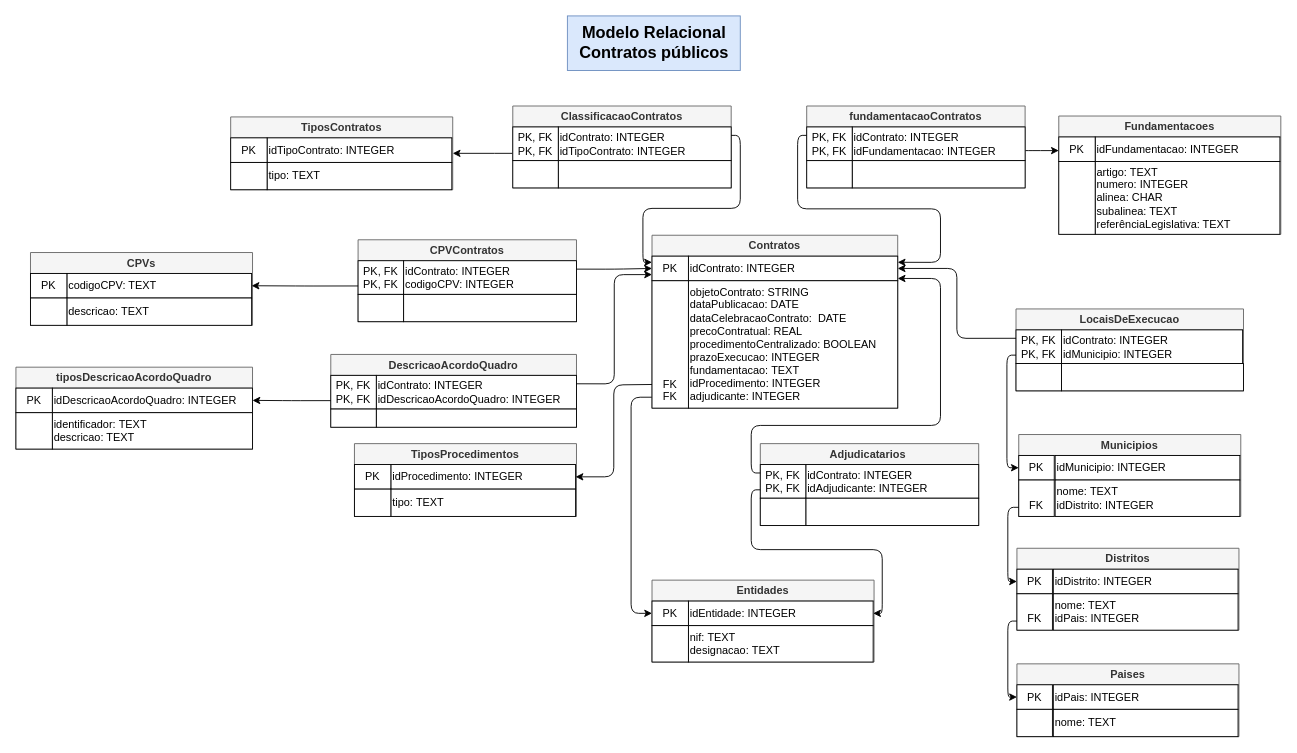
The draw.io diagram modelagem/modelo-relacional.drawio in bzabot/public-contracts-db, before the edit. Source tidied: cells renumbered, new cells numbered last; positions are measured from the earlier drawing's top-left corner, leaving out a move shared by most shapes. Both pictures are drawn from the tidied source at 91%, with x=0, y=0 at pixel (15, 15).
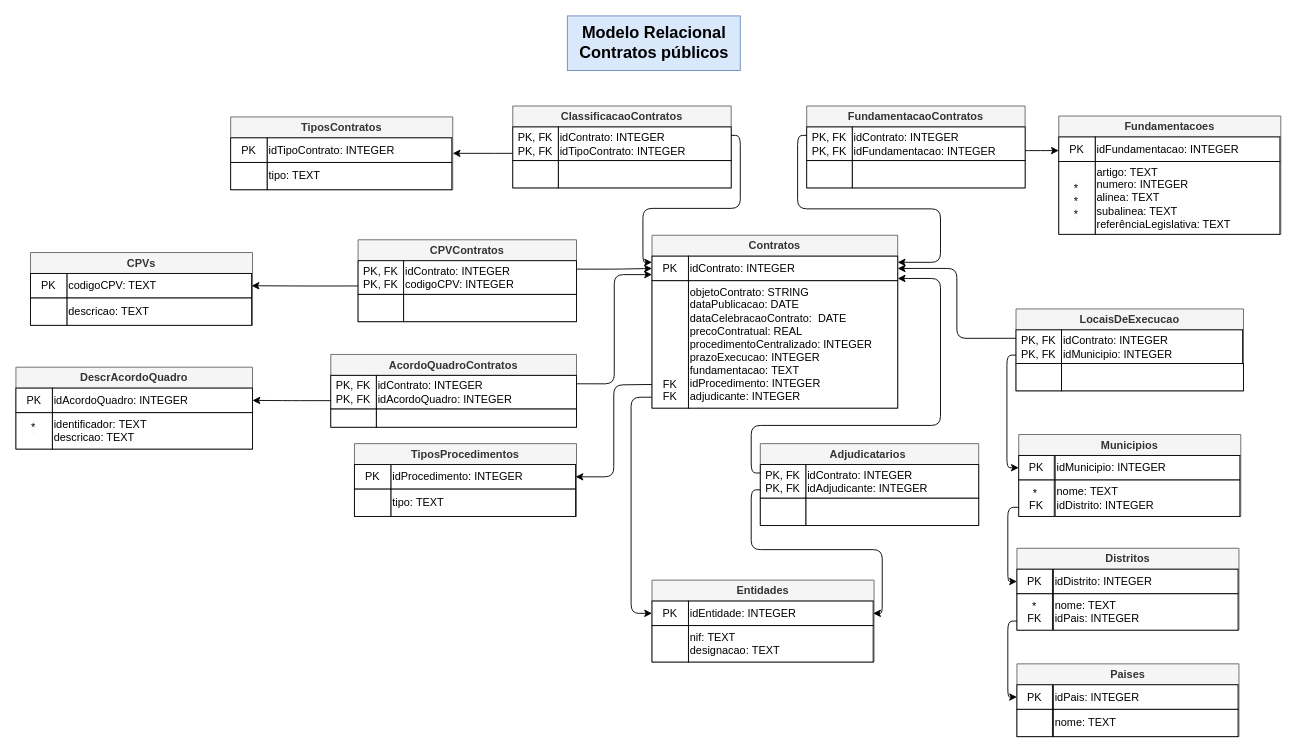
Above is the later version.

The change refers to these unchanged cells:
```xml
<mxCell id="3" value="Contratos" style="swimlane;whiteSpace=wrap;html=1;fillColor=#f5f5f5;fontColor=#333333;strokeColor=#666666;" parent="1" vertex="1">
  <mxGeometry x="699" y="241" width="270" height="190" as="geometry" />
</mxCell>
<mxCell id="24" value="Municipios" style="swimlane;whiteSpace=wrap;html=1;fillColor=#f5f5f5;fontColor=#333333;strokeColor=#666666;" parent="1" vertex="1">
  <mxGeometry x="1102" y="460" width="244" height="90" as="geometry" />
</mxCell>
<mxCell id="34" value="Distritos" style="swimlane;whiteSpace=wrap;html=1;fillColor=#f5f5f5;fontColor=#333333;strokeColor=#666666;" parent="1" vertex="1">
  <mxGeometry x="1100" y="585" width="244" height="90" as="geometry" />
</mxCell>
<mxCell id="93" value="Fundamentacoes" style="swimlane;whiteSpace=wrap;html=1;fillColor=#f5f5f5;fontColor=#333333;strokeColor=#666666;" parent="1" vertex="1">
  <mxGeometry x="1146" y="110" width="244" height="130" as="geometry" />
</mxCell>
```

The edit, as a diff of the source:
```diff
@@
-    <mxCell id="6" value="&lt;div style=&quot;text-align: justify;&quot;&gt;&lt;span style=&quot;background-color: initial;&quot;&gt;objetoContrato: STRING&lt;/span&gt;&lt;/div&gt;&lt;div style=&quot;text-align: justify;&quot;&gt;dataPublicacao: DATE&lt;/div&gt;&lt;div style=&quot;text-align: justify;&quot;&gt;dataCelebracaoContrato:&amp;nbsp;&amp;nbsp;&lt;span style=&quot;background-color: initial;&quot;&gt;DATE&lt;/span&gt;&lt;/div&gt;&lt;div style=&quot;text-align: justify;&quot;&gt;precoContratual: REAL&lt;/div&gt;&lt;div style=&quot;text-align: justify;&quot;&gt;procedimentoCentralizado: BOOLEAN&lt;/div&gt;&lt;div style=&quot;text-align: justify;&quot;&gt;&lt;span style=&quot;text-align: left;&quot;&gt;prazoExecucao:&amp;nbsp;&lt;/span&gt;&lt;span style=&quot;background-color: initial; text-align: left;&quot;&gt;INTEGER&lt;/span&gt;&lt;/div&gt;&lt;div style=&quot;text-align: justify;&quot;&gt;&lt;span style=&quot;text-align: left;&quot;&gt;fundamentacao&lt;/span&gt;&lt;span style=&quot;background-color: initial;&quot;&gt;:&amp;nbsp;&lt;/span&gt;&lt;span style=&quot;background-color: initial; text-align: left;&quot;&gt;TEXT&lt;/span&gt;&lt;/div&gt;&lt;div style=&quot;text-align: justify;&quot;&gt;&lt;span style=&quot;text-align: left;&quot;&gt;idProcedimento&lt;/span&gt;&lt;span style=&quot;border-color: var(--border-color); background-color: initial;&quot;&gt;:&amp;nbsp;&lt;/span&gt;&lt;span style=&quot;border-color: var(--border-color); text-align: left; background-color: initial;&quot;&gt;INTEGER&lt;/span&gt;&lt;span style=&quot;background-color: initial; text-align: left;&quot;&gt;&lt;br&gt;&lt;/span&gt;&lt;/div&gt;&lt;div style=&quot;text-align: left;&quot;&gt;adjudicante:&amp;nbsp;&lt;span style=&quot;background-color: initial;&quot;&gt;INTEGER&lt;/span&gt;&lt;/div&gt;" style="whiteSpace=wrap;html=1;align=left;" parent="3" vertex="1">
+    <mxCell id="6" value="&lt;div style=&quot;text-align: justify;&quot;&gt;&lt;span style=&quot;background-color: initial;&quot;&gt;objetoContrato: STRING&lt;/span&gt;&lt;/div&gt;&lt;div style=&quot;text-align: justify;&quot;&gt;dataPublicacao: DATE&lt;/div&gt;&lt;div style=&quot;text-align: justify;&quot;&gt;dataCelebracaoContrato:&amp;nbsp;&amp;nbsp;&lt;span style=&quot;background-color: initial;&quot;&gt;DATE&lt;/span&gt;&lt;/div&gt;&lt;div style=&quot;text-align: justify;&quot;&gt;precoContratual: REAL&lt;/div&gt;&lt;div style=&quot;text-align: justify;&quot;&gt;procedimentoCentralizado: INTEGER&lt;/div&gt;&lt;div style=&quot;text-align: justify;&quot;&gt;&lt;span style=&quot;text-align: left;&quot;&gt;prazoExecucao:&amp;nbsp;&lt;/span&gt;&lt;span style=&quot;background-color: initial; text-align: left;&quot;&gt;INTEGER&lt;/span&gt;&lt;/div&gt;&lt;div style=&quot;text-align: justify;&quot;&gt;&lt;span style=&quot;text-align: left;&quot;&gt;fundamentacao&lt;/span&gt;&lt;span style=&quot;background-color: initial;&quot;&gt;:&amp;nbsp;&lt;/span&gt;&lt;span style=&quot;background-color: initial; text-align: left;&quot;&gt;TEXT&lt;/span&gt;&lt;/div&gt;&lt;div style=&quot;text-align: justify;&quot;&gt;&lt;span style=&quot;text-align: left;&quot;&gt;idProcedimento&lt;/span&gt;&lt;span style=&quot;border-color: var(--border-color); background-color: initial;&quot;&gt;:&amp;nbsp;&lt;/span&gt;&lt;span style=&quot;border-color: var(--border-color); text-align: left; background-color: initial;&quot;&gt;INTEGER&lt;/span&gt;&lt;span style=&quot;background-color: initial; text-align: left;&quot;&gt;&lt;br&gt;&lt;/span&gt;&lt;/div&gt;&lt;div style=&quot;text-align: left;&quot;&gt;adjudicante:&amp;nbsp;&lt;span style=&quot;background-color: initial;&quot;&gt;INTEGER&lt;/span&gt;&lt;/div&gt;" style="whiteSpace=wrap;html=1;align=left;" parent="3" vertex="1">
       <mxGeometry x="40" y="50" width="230" height="140" as="geometry" />
     </mxCell>
@@
+    <mxCell id="99" value="&lt;span style=&quot;color: rgb(0, 0, 0); font-family: Helvetica; font-size: 12px; font-style: normal; font-variant-ligatures: normal; font-variant-caps: normal; font-weight: 400; letter-spacing: normal; orphans: 2; text-align: left; text-indent: 0px; text-transform: none; widows: 2; word-spacing: 0px; -webkit-text-stroke-width: 0px; background-color: rgb(251, 251, 251); text-decoration-thickness: initial; text-decoration-style: initial; text-decoration-color: initial; float: none; display: inline !important;&quot;&gt;*&lt;/span&gt;" style="text;whiteSpace=wrap;html=1;" parent="24" vertex="1">
+      <mxGeometry x="14" y="51" width="10" height="17" as="geometry" />
+    </mxCell>
@@
+    <mxCell id="100" value="&lt;span style=&quot;color: rgb(0, 0, 0); font-family: Helvetica; font-size: 12px; font-style: normal; font-variant-ligatures: normal; font-variant-caps: normal; font-weight: 400; letter-spacing: normal; orphans: 2; text-align: left; text-indent: 0px; text-transform: none; widows: 2; word-spacing: 0px; -webkit-text-stroke-width: 0px; background-color: rgb(251, 251, 251); text-decoration-thickness: initial; text-decoration-style: initial; text-decoration-color: initial; float: none; display: inline !important;&quot;&gt;*&lt;/span&gt;" style="text;whiteSpace=wrap;html=1;" parent="34" vertex="1">
+      <mxGeometry x="14.5" y="50" width="10" height="17" as="geometry" />
+    </mxCell>
-    <mxCell id="39" value="tiposDescricaoAcordoQuadro" style="swimlane;whiteSpace=wrap;html=1;fillColor=#f5f5f5;fontColor=#333333;strokeColor=#666666;" parent="1" vertex="1">
+    <mxCell id="39" value="DescrAcordoQuadro" style="swimlane;whiteSpace=wrap;html=1;fillColor=#f5f5f5;fontColor=#333333;strokeColor=#666666;" parent="1" vertex="1">
       <mxGeometry y="386" width="260" height="90" as="geometry" />
     </mxCell>
-    <mxCell id="40" value="idDescricaoAcordoQuadro: INTEGER" style="whiteSpace=wrap;html=1;align=left;" parent="39" vertex="1">
+    <mxCell id="40" value="idAcordoQuadro: INTEGER" style="whiteSpace=wrap;html=1;align=left;" parent="39" vertex="1">
       <mxGeometry x="40" y="23" width="220" height="27" as="geometry" />
     </mxCell>
@@
+    <mxCell id="101" value="&lt;span style=&quot;color: rgb(0, 0, 0); font-family: Helvetica; font-size: 12px; font-style: normal; font-variant-ligatures: normal; font-variant-caps: normal; font-weight: 400; letter-spacing: normal; orphans: 2; text-align: left; text-indent: 0px; text-transform: none; widows: 2; word-spacing: 0px; -webkit-text-stroke-width: 0px; background-color: rgb(251, 251, 251); text-decoration-thickness: initial; text-decoration-style: initial; text-decoration-color: initial; float: none; display: inline !important;&quot;&gt;*&lt;/span&gt;" style="text;whiteSpace=wrap;html=1;" parent="39" vertex="1">
+      <mxGeometry x="15" y="53" width="10" height="30" as="geometry" />
+    </mxCell>
-    <mxCell id="44" value="DescricaoAcordoQuadro" style="swimlane;whiteSpace=wrap;html=1;fillColor=#f5f5f5;fontColor=#333333;strokeColor=#666666;" parent="1" vertex="1">
+    <mxCell id="44" value="AcordoQuadroContratos" style="swimlane;whiteSpace=wrap;html=1;fillColor=#f5f5f5;fontColor=#333333;strokeColor=#666666;" parent="1" vertex="1">
       <mxGeometry x="346" y="372" width="270" height="80" as="geometry" />
     </mxCell>
-    <mxCell id="45" value="&lt;div&gt;idContrato: INTEGER&lt;/div&gt;&lt;div&gt;idDescricaoAcordoQuadro: INTEGER&lt;/div&gt;" style="whiteSpace=wrap;html=1;align=left;" parent="44" vertex="1">
+    <mxCell id="45" value="&lt;div&gt;idContrato: INTEGER&lt;/div&gt;idAcordoQuadro&lt;span style=&quot;background-color: initial;&quot;&gt;: INTEGER&lt;/span&gt;" style="whiteSpace=wrap;html=1;align=left;" parent="44" vertex="1">
       <mxGeometry x="50" y="23" width="220" height="37" as="geometry" />
     </mxCell>
@@
-    <mxCell id="88" value="fundamentacaoContratos" style="swimlane;whiteSpace=wrap;html=1;fillColor=#f5f5f5;fontColor=#333333;strokeColor=#666666;" parent="1" vertex="1">
+    <mxCell id="88" value="FundamentacaoContratos" style="swimlane;whiteSpace=wrap;html=1;fillColor=#f5f5f5;fontColor=#333333;strokeColor=#666666;" parent="1" vertex="1">
       <mxGeometry x="869" y="99" width="240" height="90" as="geometry" />
     </mxCell>
@@
-    <mxCell id="96" value="&lt;div style=&quot;text-align: justify;&quot;&gt;&lt;span style=&quot;text-align: left;&quot;&gt;artigo: TEXT&lt;/span&gt;&lt;div style=&quot;border-color: var(--border-color); text-align: left;&quot;&gt;numero: INTEGER&lt;br style=&quot;border-color: var(--border-color);&quot;&gt;&lt;div style=&quot;border-color: var(--border-color);&quot;&gt;alinea: CHAR&lt;/div&gt;&lt;div style=&quot;border-color: var(--border-color);&quot;&gt;subalinea: TEXT&lt;/div&gt;&lt;div style=&quot;border-color: var(--border-color);&quot;&gt;referênciaLegislativa: TEXT&lt;/div&gt;&lt;/div&gt;&lt;/div&gt;" style="whiteSpace=wrap;html=1;align=left;" parent="93" vertex="1">
+    <mxCell id="96" value="&lt;div style=&quot;text-align: justify;&quot;&gt;&lt;span style=&quot;text-align: left;&quot;&gt;artigo: TEXT&lt;/span&gt;&lt;div style=&quot;border-color: var(--border-color); text-align: left;&quot;&gt;numero: INTEGER&lt;br style=&quot;border-color: var(--border-color);&quot;&gt;&lt;div style=&quot;border-color: var(--border-color);&quot;&gt;alinea: TEXT&lt;/div&gt;&lt;div style=&quot;border-color: var(--border-color);&quot;&gt;subalinea: TEXT&lt;/div&gt;&lt;div style=&quot;border-color: var(--border-color);&quot;&gt;referênciaLegislativa: TEXT&lt;/div&gt;&lt;/div&gt;&lt;/div&gt;" style="whiteSpace=wrap;html=1;align=left;" parent="93" vertex="1">
       <mxGeometry x="40" y="50" width="203" height="80" as="geometry" />
     </mxCell>
@@
+    <mxCell id="102" value="&lt;span style=&quot;color: rgb(0, 0, 0); font-family: Helvetica; font-size: 12px; font-style: normal; font-variant-ligatures: normal; font-variant-caps: normal; font-weight: 400; letter-spacing: normal; orphans: 2; text-align: left; text-indent: 0px; text-transform: none; widows: 2; word-spacing: 0px; -webkit-text-stroke-width: 0px; background-color: rgb(251, 251, 251); text-decoration-thickness: initial; text-decoration-style: initial; text-decoration-color: initial; float: none; display: inline !important;&quot;&gt;*&lt;/span&gt;" style="text;whiteSpace=wrap;html=1;" parent="93" vertex="1">
+      <mxGeometry x="15" y="66" width="10" height="30" as="geometry" />
+    </mxCell>
+    <mxCell id="103" value="&lt;span style=&quot;color: rgb(0, 0, 0); font-family: Helvetica; font-size: 12px; font-style: normal; font-variant-ligatures: normal; font-variant-caps: normal; font-weight: 400; letter-spacing: normal; orphans: 2; text-align: left; text-indent: 0px; text-transform: none; widows: 2; word-spacing: 0px; -webkit-text-stroke-width: 0px; background-color: rgb(251, 251, 251); text-decoration-thickness: initial; text-decoration-style: initial; text-decoration-color: initial; float: none; display: inline !important;&quot;&gt;*&lt;/span&gt;" style="text;whiteSpace=wrap;html=1;" parent="93" vertex="1">
+      <mxGeometry x="15" y="80" width="10" height="30" as="geometry" />
+    </mxCell>
@@
+    <mxCell id="104" value="&lt;span style=&quot;color: rgb(0, 0, 0); font-family: Helvetica; font-size: 12px; font-style: normal; font-variant-ligatures: normal; font-variant-caps: normal; font-weight: 400; letter-spacing: normal; orphans: 2; text-align: left; text-indent: 0px; text-transform: none; widows: 2; word-spacing: 0px; -webkit-text-stroke-width: 0px; background-color: rgb(251, 251, 251); text-decoration-thickness: initial; text-decoration-style: initial; text-decoration-color: initial; float: none; display: inline !important;&quot;&gt;*&lt;/span&gt;" style="text;whiteSpace=wrap;html=1;" parent="1" vertex="1">
+      <mxGeometry x="1161" y="205" width="10" height="30" as="geometry" />
+    </mxCell>
```
